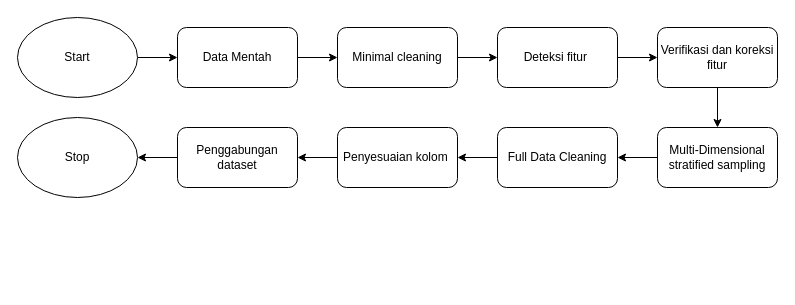
This is page "Pra-pemrosesan" (2 of 3) of thesis.drawio from Jacksonciek/thesis-diagram, a draw.io file, before an edit. Source tidied: cells renumbered, new cells numbered last; positions are measured from the earlier drawing's top-left corner, leaving out a move shared by most shapes. Both pictures are drawn from the tidied source at 100%, with x=0, y=0 at pixel (17, 17).
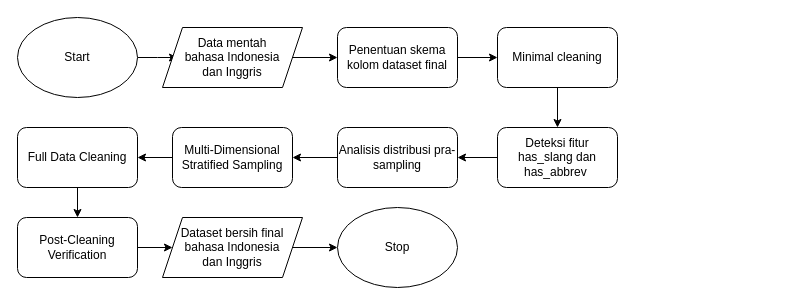
After the change.

The change refers to these unchanged cells:
```xml
<mxCell id="3" value="Start" style="ellipse;whiteSpace=wrap;html=1;" parent="1" vertex="1">
  <mxGeometry width="120" height="80" as="geometry" />
</mxCell>
```

Change to the diagram source:
```diff
@@
-    <mxCell id="2" style="edgeStyle=orthogonalEdgeStyle;rounded=0;jettySize=auto;html=1;entryX=0;entryY=0.5;entryDx=0;entryDy=0;" parent="1" edge="1" source="3" target="5">
-      <mxGeometry relative="1" as="geometry" />
+    <mxCell id="2" style="edgeStyle=orthogonalEdgeStyle;rounded=0;jettySize=auto;html=1;entryX=0;entryY=0.5;entryDx=0;entryDy=0;" parent="1" edge="1" source="3">
+      <mxGeometry relative="1" as="geometry">
+        <mxPoint x="160" y="40" as="targetPoint" />
+      </mxGeometry>
     </mxCell>
@@
-    <mxCell id="4" style="edgeStyle=orthogonalEdgeStyle;rounded=0;jettySize=auto;html=1;entryX=0;entryY=0.5;entryDx=0;entryDy=0;" parent="1" edge="1" source="5" target="7">
-      <mxGeometry relative="1" as="geometry" />
-    </mxCell>
-    <mxCell id="5" value="Data Mentah" style="rounded=1;whiteSpace=wrap;html=1;" parent="1" vertex="1">
-      <mxGeometry x="160" y="10" width="120" height="60" as="geometry" />
-    </mxCell>
-    <mxCell id="6" style="edgeStyle=orthogonalEdgeStyle;rounded=0;jettySize=auto;html=1;entryX=0;entryY=0.5;entryDx=0;entryDy=0;" parent="1" edge="1" source="7" target="9">
+    <mxCell id="6" style="edgeStyle=orthogonalEdgeStyle;rounded=0;jettySize=auto;html=1;entryX=0.5;entryY=0;entryDx=0;entryDy=0;" parent="1" edge="1" source="7" target="9">
       <mxGeometry relative="1" as="geometry" />
     </mxCell>
     <mxCell id="7" value="Minimal cleaning" style="rounded=1;whiteSpace=wrap;html=1;" parent="1" vertex="1">
-      <mxGeometry x="320" y="10" width="120" height="60" as="geometry" />
+      <mxGeometry x="480" y="10" width="120" height="60" as="geometry" />
     </mxCell>
-    <mxCell id="8" style="edgeStyle=orthogonalEdgeStyle;rounded=0;jettySize=auto;html=1;entryX=0;entryY=0.5;entryDx=0;entryDy=0;" parent="1" edge="1" source="9" target="11">
-      <mxGeometry relative="1" as="geometry" />
-    </mxCell>
+    <mxCell id="21" style="edgeStyle=orthogonalEdgeStyle;rounded=0;jettySize=auto;html=1;entryX=1;entryY=0.5;entryDx=0;entryDy=0;" parent="1" edge="1" source="9" target="13">
+      <mxGeometry relative="1" as="geometry" />
+    </mxCell>
-    <mxCell id="9" value="Deteksi fitur&amp;nbsp;" style="rounded=1;whiteSpace=wrap;html=1;" parent="1" vertex="1">
-      <mxGeometry x="480" y="10" width="120" height="60" as="geometry" />
+    <mxCell id="9" value="Deteksi fitur has_slang dan has_abbrev&amp;nbsp;" style="rounded=1;whiteSpace=wrap;html=1;" parent="1" vertex="1">
+      <mxGeometry x="480" y="110" width="120" height="60" as="geometry" />
     </mxCell>
-    <mxCell id="10" style="edgeStyle=orthogonalEdgeStyle;rounded=0;jettySize=auto;html=1;entryX=0.5;entryY=0;entryDx=0;entryDy=0;" parent="1" edge="1" source="11" target="13">
-      <mxGeometry relative="1" as="geometry" />
-    </mxCell>
-    <mxCell id="11" value="Verifikasi dan koreksi fitur" style="rounded=1;whiteSpace=wrap;html=1;" parent="1" vertex="1">
-      <mxGeometry x="640" y="10" width="120" height="60" as="geometry" />
-    </mxCell>
@@
-    <mxCell id="13" value="Multi-Dimensional stratified sampling" style="rounded=1;whiteSpace=wrap;html=1;" parent="1" vertex="1">
-      <mxGeometry x="640" y="110" width="120" height="60" as="geometry" />
+    <mxCell id="13" value="Analisis distribusi pra-sampling" style="rounded=1;whiteSpace=wrap;html=1;" parent="1" vertex="1">
+      <mxGeometry x="320" y="110" width="120" height="60" as="geometry" />
     </mxCell>
@@
-    <mxCell id="15" value="Full Data Cleaning" style="rounded=1;whiteSpace=wrap;html=1;" parent="1" vertex="1">
-      <mxGeometry x="480" y="110" width="120" height="60" as="geometry" />
+    <mxCell id="15" value="Multi-Dimensional Stratified Sampling" style="rounded=1;whiteSpace=wrap;html=1;" parent="1" vertex="1">
+      <mxGeometry x="155" y="110" width="120" height="60" as="geometry" />
     </mxCell>
-    <mxCell id="16" style="edgeStyle=orthogonalEdgeStyle;rounded=0;jettySize=auto;html=1;entryX=1;entryY=0.5;entryDx=0;entryDy=0;" parent="1" edge="1" source="17" target="19">
+    <mxCell id="16" style="edgeStyle=orthogonalEdgeStyle;rounded=0;jettySize=auto;html=1;entryX=0.5;entryY=0;entryDx=0;entryDy=0;" parent="1" edge="1" source="17" target="19">
       <mxGeometry relative="1" as="geometry" />
     </mxCell>
-    <mxCell id="17" value="Penyesuaian kolom&amp;nbsp;" style="rounded=1;whiteSpace=wrap;html=1;" parent="1" vertex="1">
-      <mxGeometry x="320" y="110" width="120" height="60" as="geometry" />
+    <mxCell id="17" value="Full Data Cleaning" style="rounded=1;whiteSpace=wrap;html=1;" parent="1" vertex="1">
+      <mxGeometry y="110" width="120" height="60" as="geometry" />
     </mxCell>
-    <mxCell id="18" style="edgeStyle=orthogonalEdgeStyle;rounded=0;jettySize=auto;html=1;entryX=1;entryY=0.5;entryDx=0;entryDy=0;" parent="1" edge="1" source="19" target="20">
-      <mxGeometry relative="1" as="geometry" />
-    </mxCell>
+    <mxCell id="22" style="edgeStyle=orthogonalEdgeStyle;rounded=0;jettySize=auto;html=1;entryX=0;entryY=0.5;entryDx=0;entryDy=0;" parent="1" edge="1" source="19" target="28">
+      <mxGeometry relative="1" as="geometry" />
+    </mxCell>
-    <mxCell id="19" value="Penggabungan dataset" style="rounded=1;whiteSpace=wrap;html=1;" parent="1" vertex="1">
-      <mxGeometry x="160" y="110" width="120" height="60" as="geometry" />
+    <mxCell id="19" value="Post-Cleaning Verification" style="rounded=1;whiteSpace=wrap;html=1;" parent="1" vertex="1">
+      <mxGeometry y="200" width="120" height="60" as="geometry" />
     </mxCell>
     <mxCell id="20" value="Stop" style="ellipse;whiteSpace=wrap;html=1;" parent="1" vertex="1">
-      <mxGeometry y="100" width="120" height="80" as="geometry" />
+      <mxGeometry x="320" y="190" width="120" height="80" as="geometry" />
     </mxCell>
+    <mxCell id="23" style="edgeStyle=orthogonalEdgeStyle;rounded=0;jettySize=auto;html=1;entryX=0;entryY=0.5;entryDx=0;entryDy=0;" parent="1" edge="1" source="24" target="26">
+      <mxGeometry relative="1" as="geometry" />
+    </mxCell>
+    <mxCell id="24" value="Data mentah&lt;div&gt;bahasa Indonesia&lt;/div&gt;&lt;div&gt;dan Inggris&lt;/div&gt;" style="shape=parallelogram;perimeter=parallelogramPerimeter;whiteSpace=wrap;html=1;fixedSize=1;" parent="1" vertex="1">
+      <mxGeometry x="145" y="10" width="140" height="60" as="geometry" />
+    </mxCell>
+    <mxCell id="25" style="edgeStyle=orthogonalEdgeStyle;rounded=0;jettySize=auto;html=1;entryX=0;entryY=0.5;entryDx=0;entryDy=0;" parent="1" edge="1" source="26" target="7">
+      <mxGeometry relative="1" as="geometry" />
+    </mxCell>
+    <mxCell id="26" value="Penentuan skema kolom dataset final" style="rounded=1;whiteSpace=wrap;html=1;" parent="1" vertex="1">
+      <mxGeometry x="320" y="10" width="120" height="60" as="geometry" />
+    </mxCell>
+    <mxCell id="27" style="edgeStyle=orthogonalEdgeStyle;rounded=0;jettySize=auto;html=1;entryX=0;entryY=0.5;entryDx=0;entryDy=0;" parent="1" edge="1" source="28" target="20">
+      <mxGeometry relative="1" as="geometry" />
+    </mxCell>
+    <mxCell id="28" value="Dataset bersih final b&lt;span style=&quot;background-color: transparent; color: light-dark(rgb(0, 0, 0), rgb(255, 255, 255));&quot;&gt;ahasa Indonesia&lt;/span&gt;&lt;div&gt;dan Inggris&lt;/div&gt;" style="shape=parallelogram;perimeter=parallelogramPerimeter;whiteSpace=wrap;html=1;fixedSize=1;" parent="1" vertex="1">
+      <mxGeometry x="145" y="200" width="140" height="60" as="geometry" />
+    </mxCell>
```
